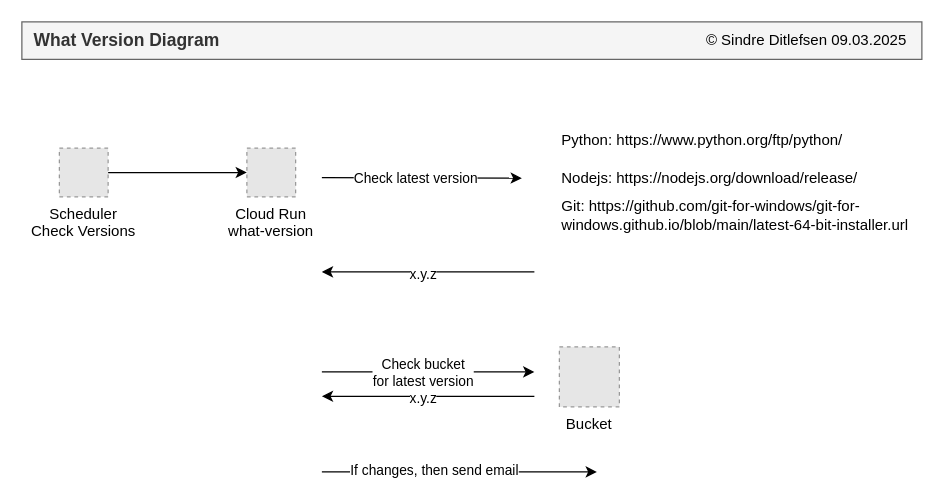
This is versions-tracker/_docs/versions-tracker-diagram.drawio from ditlef9/python-nextjs-postgresql-devsecops-gcp, a draw.io file, before an edit. Source tidied: cells renumbered, new cells numbered last; positions are measured from the earlier drawing's top-left corner, leaving out a move shared by most shapes. Both pictures are drawn from the tidied source at 125%, with x=0, y=0 at pixel (21, 21). Pictures stored in the file or linked from it are replaced by grey dashed boxes.
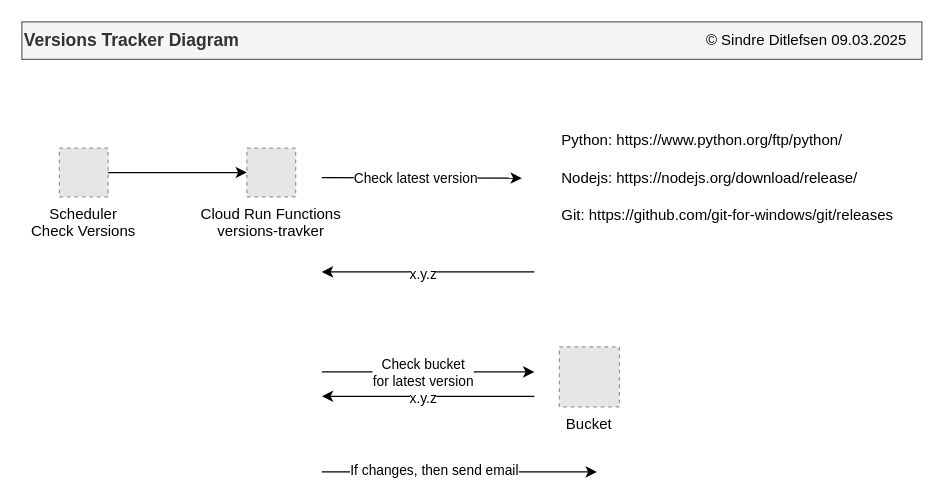
Above is the later version.

The edit, as a diff of the source:
```diff
@@
-    <mxCell id="2" value="&lt;span style=&quot;font-size: 14px;&quot;&gt;&lt;b&gt;&amp;nbsp; What Version Diagram&lt;/b&gt;&lt;/span&gt;" style="rounded=0;whiteSpace=wrap;html=1;fillColor=#f5f5f5;fontColor=#333333;strokeColor=#666666;align=left;" parent="1" vertex="1">
+    <mxCell id="2" value="&lt;span style=&quot;font-size: 14px;&quot;&gt;&lt;b&gt;Versions Tracker Diagram&lt;/b&gt;&lt;/span&gt;" style="rounded=0;whiteSpace=wrap;html=1;fillColor=#f5f5f5;fontColor=#333333;strokeColor=#666666;align=left;" parent="1" vertex="1">
       <mxGeometry width="720" height="30" as="geometry" />
     </mxCell>
@@
-    <mxCell id="7" value="Cloud Run&#10;what-version" style="fillColor=#E6E6E6;strokeColor=#999999;dashed=1;verticalLabelPosition=bottom;labelBackgroundColor=default;verticalAlign=top;" parent="1" vertex="1">
+    <mxCell id="7" value="Cloud Run Functions&#10;versions-travker" style="fillColor=#E6E6E6;strokeColor=#999999;dashed=1;verticalLabelPosition=bottom;labelBackgroundColor=default;verticalAlign=top;" parent="1" vertex="1">
       <mxGeometry x="180" y="101" width="39" height="39" as="geometry" />
     </mxCell>
@@
-    <mxCell id="11" value="Git:&amp;nbsp;https://github.com/git-for-windows/git-for-windows.github.io/blob/main/latest-64-bit-installer.url" style="text;html=1;strokeColor=none;fillColor=none;align=left;verticalAlign=middle;whiteSpace=wrap;rounded=0;" parent="1" vertex="1">
+    <mxCell id="11" value="Git:&amp;nbsp;https://github.com/git-for-windows/git/releases" style="text;html=1;strokeColor=none;fillColor=none;align=left;verticalAlign=middle;whiteSpace=wrap;rounded=0;" parent="1" vertex="1">
       <mxGeometry x="430" y="140" width="280" height="30" as="geometry" />
     </mxCell>
```
